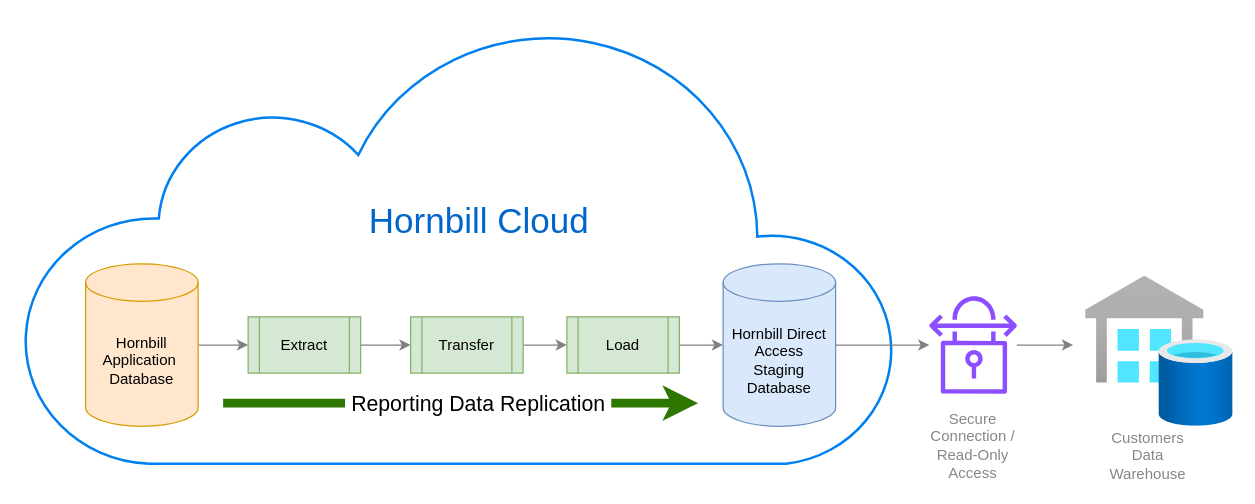
Earlier version of the draw.io diagram resources/direct-database-access.drawio (Hornbill-Docs/esp-fundamentals). Source tidied: cells renumbered, new cells numbered last; positions are measured from the earlier drawing's top-left corner, leaving out a move shared by most shapes. Both pictures are drawn from the tidied source at 125%, with x=0, y=0 at pixel (22, 22).
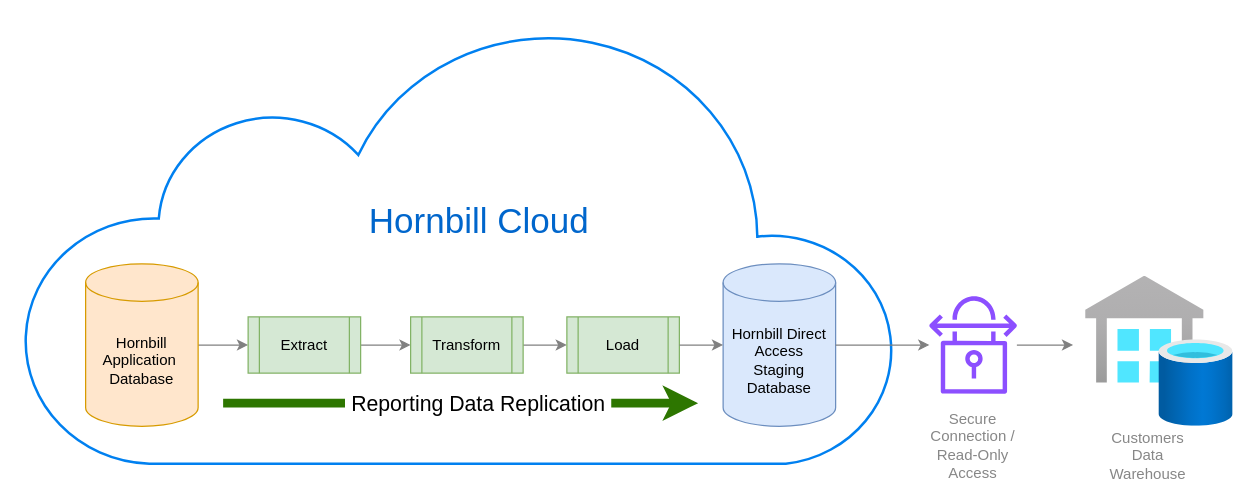
The same diagram, later.

What changed in the source:
```diff
@@
-    <mxCell id="9" value="Transfer" style="shape=process;whiteSpace=wrap;html=1;backgroundOutline=1;fillColor=#d5e8d4;strokeColor=#82b366;" parent="1" vertex="1">
+    <mxCell id="9" value="Transform" style="shape=process;whiteSpace=wrap;html=1;backgroundOutline=1;fillColor=#d5e8d4;strokeColor=#82b366;" parent="1" vertex="1">
       <mxGeometry x="310" y="235" width="90" height="45" as="geometry" />
     </mxCell>
```
